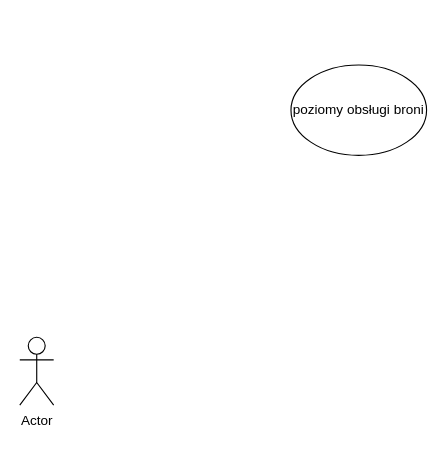
Earlier version of the draw.io diagram usecase.drawio (sumerar1/cyklzycia). Source tidied: cells renumbered, new cells numbered last; positions are measured from the earlier drawing's top-left corner, leaving out a move shared by most shapes. Both pictures are drawn from the tidied source at 113%, with x=0, y=0 at pixel (19, 64).
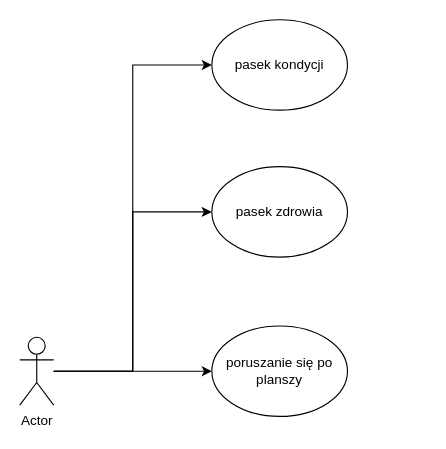
Above is the later version.

Commit message:
Update usecase.drawio jakub zieba user stories

Change to the diagram source:
```diff
@@
 <mxGraphModel background="#ffffff">
   <root>
     <mxCell id="0" />
     <mxCell id="1" parent="0" />
+    <mxCell id="4" style="edgeStyle=orthogonalEdgeStyle;rounded=0;jettySize=auto;html=1;entryX=0;entryY=0.5;entryDx=0;entryDy=0;" parent="1" edge="1" source="2" target="9">
+      <mxGeometry relative="1" as="geometry" />
+    </mxCell>
+    <mxCell id="5" style="edgeStyle=orthogonalEdgeStyle;rounded=0;jettySize=auto;html=1;entryX=0;entryY=0.5;entryDx=0;entryDy=0;" parent="1" edge="1" source="2" target="8">
+      <mxGeometry relative="1" as="geometry" />
+    </mxCell>
+    <mxCell id="6" style="edgeStyle=orthogonalEdgeStyle;rounded=0;jettySize=auto;html=1;entryX=0;entryY=0.5;entryDx=0;entryDy=0;" parent="1" edge="1" source="2" target="7">
+      <mxGeometry relative="1" as="geometry" />
+    </mxCell>
     <mxCell id="2" value="Actor" style="shape=umlActor;verticalLabelPosition=bottom;labelBackgroundColor=#ffffff;verticalAlign=top;html=1;outlineConnect=0;" parent="1" vertex="1">
       <mxGeometry y="241" width="30" height="60" as="geometry" />
     </mxCell>
-    <mxCell id="3" value="poziomy obsługi broni" style="ellipse;whiteSpace=wrap;html=1;" parent="1" vertex="1">
-      <mxGeometry x="240" width="120" height="80" as="geometry" />
-    </mxCell>
+    <mxCell id="7" value="pasek kondycji" style="ellipse;whiteSpace=wrap;html=1;" parent="1" vertex="1">
+      <mxGeometry x="170" y="-40" width="120" height="80" as="geometry" />
+    </mxCell>
+    <mxCell id="8" value="pasek zdrowia" style="ellipse;whiteSpace=wrap;html=1;" parent="1" vertex="1">
+      <mxGeometry x="170" y="90" width="120" height="80" as="geometry" />
+    </mxCell>
+    <mxCell id="9" value="poruszanie się po planszy" style="ellipse;whiteSpace=wrap;html=1;" parent="1" vertex="1">
+      <mxGeometry x="170" y="231" width="120" height="80" as="geometry" />
+    </mxCell>
   </root>
 </mxGraphModel>
```
